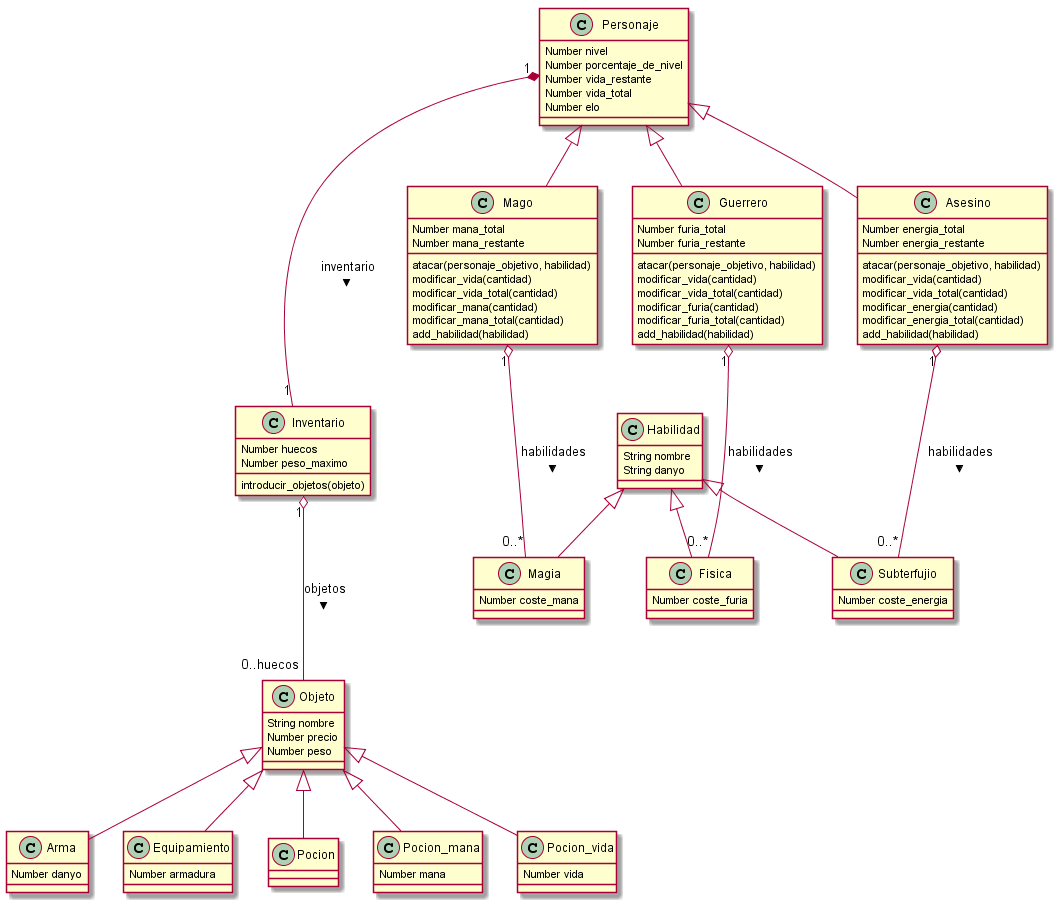
Before: out/DiagramaClases/DiagramaClases.png, a diagram exported from PlantUML (manelme/alan-game).
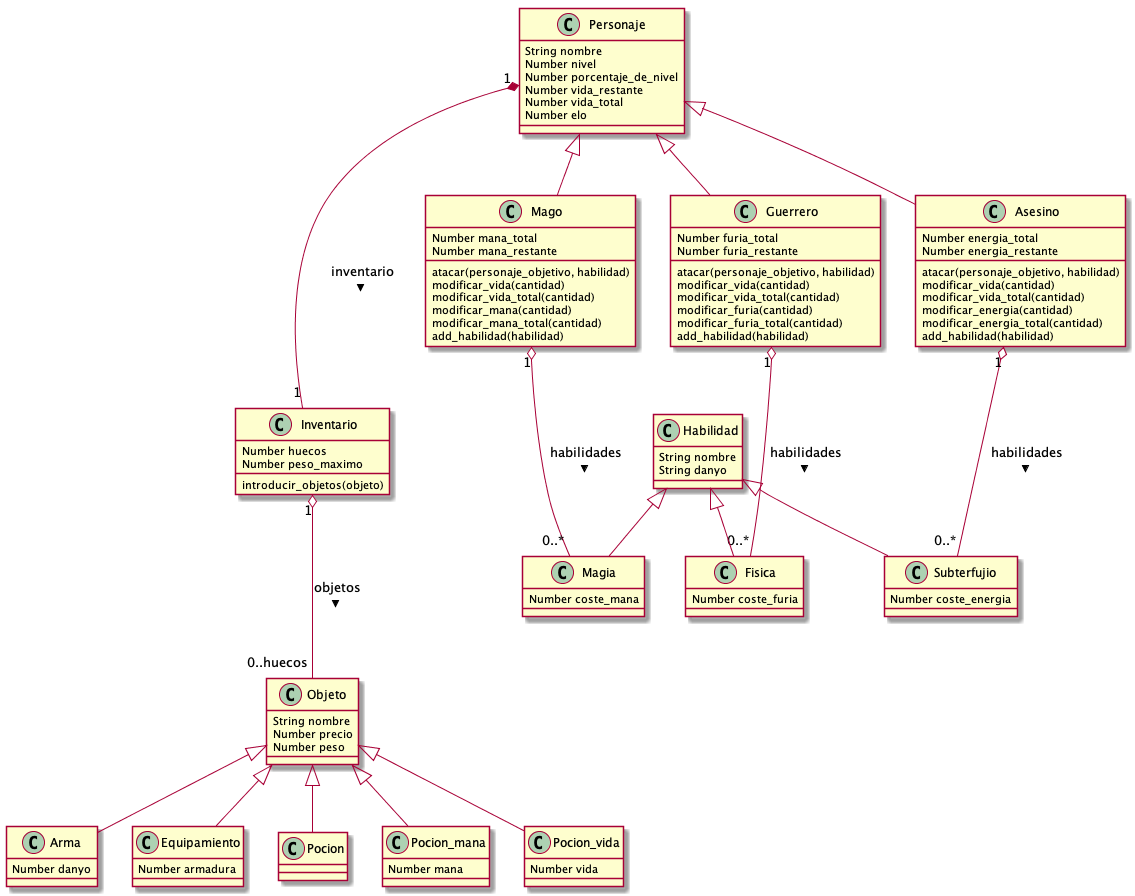
After the commit.

Commit message:
added nombre to personaje

What changed in the source:
```diff
@@ -21,6 +21,7 @@
 Objeto <|-- Pocion_vida
 
 class Personaje {
+    String nombre
     Number nivel
     Number porcentaje_de_nivel
     Number vida_restante
```
